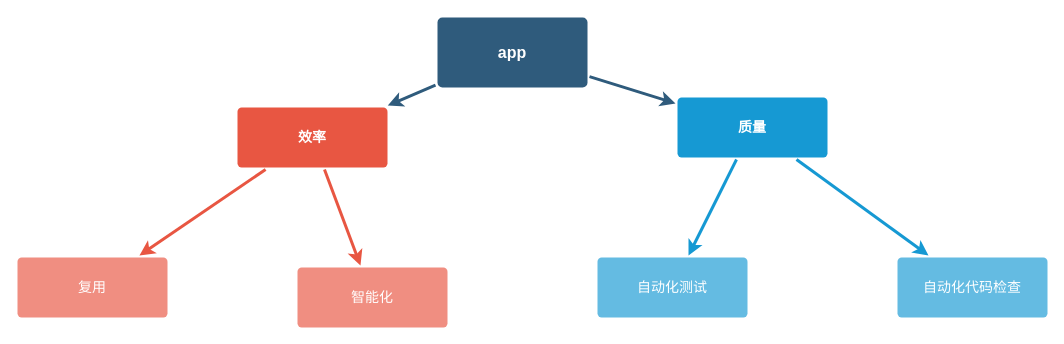
The draw.io diagram app-技术梳理-思维导图.drawio in metre/images, before the edit. Source tidied: cells renumbered, new cells numbered last; positions are measured from the earlier drawing's top-left corner, leaving out a move shared by most shapes. Both pictures are drawn from the tidied source at 100%, with x=0, y=0 at pixel (17, 17).
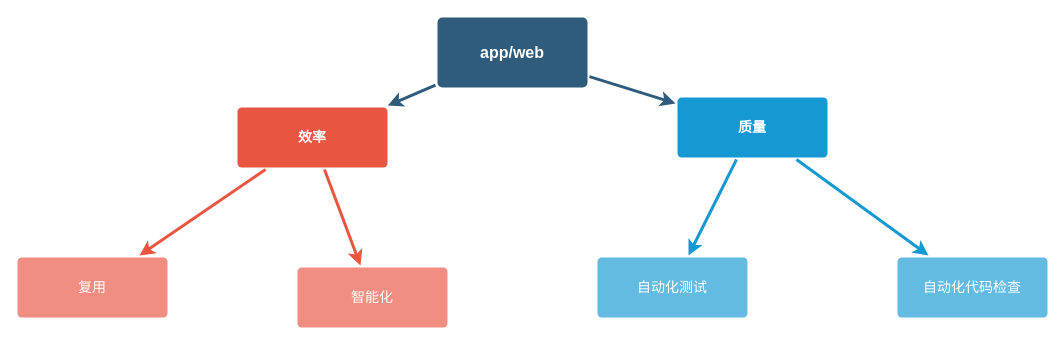
The same page after the edit.

Commit message (it also covers changes not shown here):
Update app-技术梳理-思维导图.drawio

Diff of the diagram source:
```diff
@@
 <mxGraphModel>
   <root>
     <mxCell id="0" />
     <mxCell id="1" parent="0" />
     <mxCell id="2" style="edgeStyle=none;rounded=0;jumpStyle=none;html=1;shadow=0;labelBackgroundColor=none;startArrow=none;startFill=0;endArrow=classic;endFill=1;jettySize=auto;strokeColor=#2F5B7C;strokeWidth=3;fontFamily=Helvetica;fontSize=16;fontColor=#23445D;spacing=5;" parent="1" edge="1" source="4" target="12">
       <mxGeometry relative="1" as="geometry" />
     </mxCell>
     <mxCell id="3" style="edgeStyle=none;rounded=0;jumpStyle=none;html=1;shadow=0;labelBackgroundColor=none;startArrow=none;startFill=0;endArrow=classic;endFill=1;jettySize=auto;strokeColor=#2F5B7C;strokeWidth=3;fontFamily=Helvetica;fontSize=16;fontColor=#23445D;spacing=5;" parent="1" edge="1" source="4" target="7">
       <mxGeometry relative="1" as="geometry" />
     </mxCell>
-    <mxCell id="4" value="app" style="rounded=1;whiteSpace=wrap;html=1;shadow=0;labelBackgroundColor=none;strokeColor=none;strokeWidth=3;fillColor=#2F5B7C;fontFamily=Helvetica;fontSize=16;fontColor=#FFFFFF;align=center;fontStyle=1;spacing=5;arcSize=7;perimeterSpacing=2;" parent="1" vertex="1">
+    <mxCell id="4" value="app/web" style="rounded=1;whiteSpace=wrap;html=1;shadow=0;labelBackgroundColor=none;strokeColor=none;strokeWidth=3;fillColor=#2F5B7C;fontFamily=Helvetica;fontSize=16;fontColor=#FFFFFF;align=center;fontStyle=1;spacing=5;arcSize=7;perimeterSpacing=2;" parent="1" vertex="1">
       <mxGeometry x="420" width="150" height="70" as="geometry" />
     </mxCell>
     <mxCell id="5" style="edgeStyle=none;rounded=1;jumpStyle=none;html=1;shadow=0;labelBackgroundColor=none;startArrow=none;startFill=0;jettySize=auto;strokeColor=#E85642;strokeWidth=3;fontFamily=Helvetica;fontSize=14;fontColor=#FFFFFF;spacing=5;fontStyle=1;fillColor=#b0e3e6;" parent="1" edge="1" source="7" target="9">
       <mxGeometry relative="1" as="geometry" />
     </mxCell>
     <mxCell id="6" style="edgeStyle=none;rounded=1;jumpStyle=none;html=1;shadow=0;labelBackgroundColor=none;startArrow=none;startFill=0;jettySize=auto;strokeColor=#E85642;strokeWidth=3;fontFamily=Helvetica;fontSize=14;fontColor=#FFFFFF;spacing=5;fontStyle=1;fillColor=#b0e3e6;" parent="1" edge="1" source="7" target="8">
       <mxGeometry relative="1" as="geometry" />
     </mxCell>
     <mxCell id="7" value="效率" style="rounded=1;whiteSpace=wrap;html=1;shadow=0;labelBackgroundColor=none;strokeColor=none;strokeWidth=3;fillColor=#e85642;fontFamily=Helvetica;fontSize=14;fontColor=#FFFFFF;align=center;spacing=5;fontStyle=1;arcSize=7;perimeterSpacing=2;" parent="1" vertex="1">
       <mxGeometry x="220" y="90" width="150" height="60" as="geometry" />
     </mxCell>
     <mxCell id="8" value="智能化" style="rounded=1;whiteSpace=wrap;html=1;shadow=0;labelBackgroundColor=none;strokeColor=none;strokeWidth=3;fillColor=#f08e81;fontFamily=Helvetica;fontSize=14;fontColor=#FFFFFF;align=center;spacing=5;fontStyle=0;arcSize=7;perimeterSpacing=2;" parent="1" vertex="1">
       <mxGeometry x="280" y="250" width="150" height="60" as="geometry" />
     </mxCell>
     <mxCell id="9" value="复用" style="rounded=1;whiteSpace=wrap;html=1;shadow=0;labelBackgroundColor=none;strokeColor=none;strokeWidth=3;fillColor=#f08e81;fontFamily=Helvetica;fontSize=14;fontColor=#FFFFFF;align=center;spacing=5;fontStyle=0;arcSize=7;perimeterSpacing=2;" parent="1" vertex="1">
       <mxGeometry y="240" width="150" height="60" as="geometry" />
     </mxCell>
     <mxCell id="10" style="edgeStyle=none;rounded=0;jumpStyle=none;html=1;shadow=0;labelBackgroundColor=none;startArrow=none;startFill=0;endArrow=classic;endFill=1;jettySize=auto;strokeColor=#1699D3;strokeWidth=3;fontFamily=Helvetica;fontSize=14;fontColor=#FFFFFF;spacing=5;" parent="1" edge="1" source="12" target="14">
       <mxGeometry relative="1" as="geometry" />
     </mxCell>
     <mxCell id="11" style="edgeStyle=none;rounded=0;jumpStyle=none;html=1;shadow=0;labelBackgroundColor=none;startArrow=none;startFill=0;endArrow=classic;endFill=1;jettySize=auto;strokeColor=#1699D3;strokeWidth=3;fontFamily=Helvetica;fontSize=14;fontColor=#FFFFFF;spacing=5;" parent="1" edge="1" source="12" target="13">
       <mxGeometry relative="1" as="geometry" />
     </mxCell>
     <mxCell id="12" value="质量" style="rounded=1;whiteSpace=wrap;html=1;shadow=0;labelBackgroundColor=none;strokeColor=none;strokeWidth=3;fillColor=#1699d3;fontFamily=Helvetica;fontSize=14;fontColor=#FFFFFF;align=center;spacing=5;fontStyle=1;arcSize=7;perimeterSpacing=2;" parent="1" vertex="1">
       <mxGeometry x="660" y="80" width="150" height="60" as="geometry" />
     </mxCell>
     <mxCell id="13" value="自动化代码检查" style="rounded=1;whiteSpace=wrap;html=1;shadow=0;labelBackgroundColor=none;strokeColor=none;strokeWidth=3;fillColor=#64bbe2;fontFamily=Helvetica;fontSize=14;fontColor=#FFFFFF;align=center;spacing=5;arcSize=7;perimeterSpacing=2;" parent="1" vertex="1">
       <mxGeometry x="880" y="240" width="150" height="60" as="geometry" />
     </mxCell>
     <mxCell id="14" value="自动化测试" style="rounded=1;whiteSpace=wrap;html=1;shadow=0;labelBackgroundColor=none;strokeColor=none;strokeWidth=3;fillColor=#64bbe2;fontFamily=Helvetica;fontSize=14;fontColor=#FFFFFF;align=center;spacing=5;arcSize=7;perimeterSpacing=2;" parent="1" vertex="1">
       <mxGeometry x="580" y="240" width="150" height="60" as="geometry" />
     </mxCell>
   </root>
 </mxGraphModel>
```
